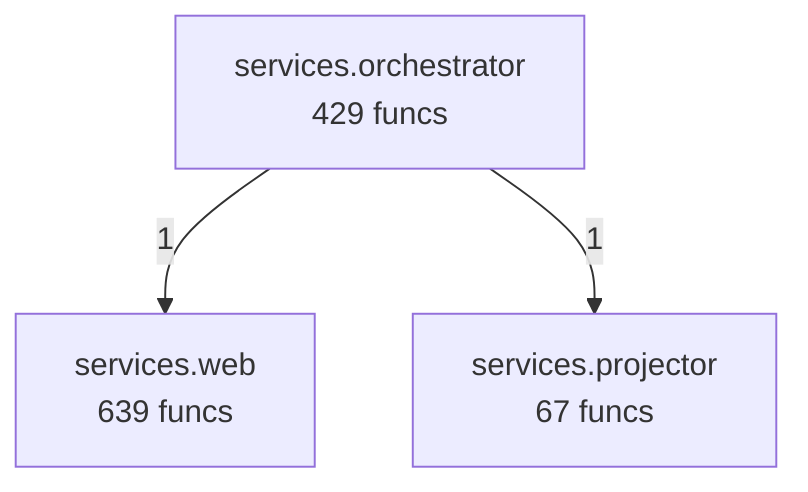
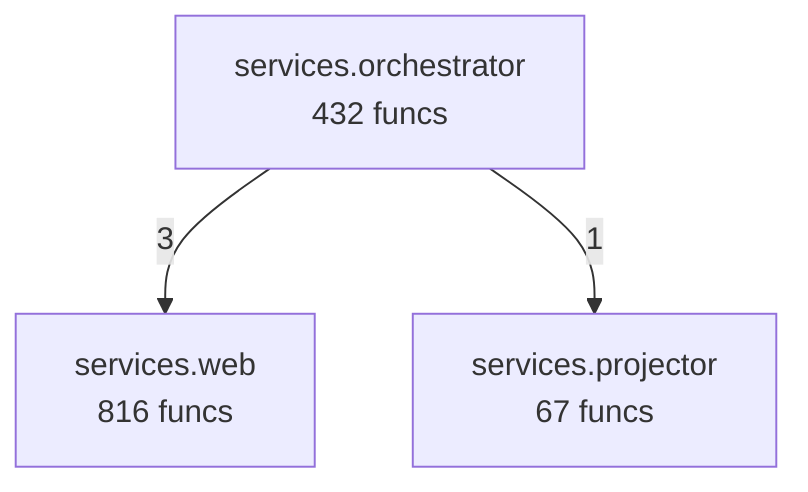
flowchart TD
- %% generated in 0.03s
-     services__orchestrator["services.orchestrator<br/>429 funcs"]
+ %% generated in 0.06s
+     services__orchestrator["services.orchestrator<br/>432 funcs"]
    services__projector["services.projector<br/>67 funcs"]
-     services__web["services.web<br/>639 funcs"]
-     services__orchestrator -->|1| services__web
+     services__web["services.web<br/>816 funcs"]
+     services__orchestrator -->|3| services__web
    services__orchestrator -->|1| services__projector
